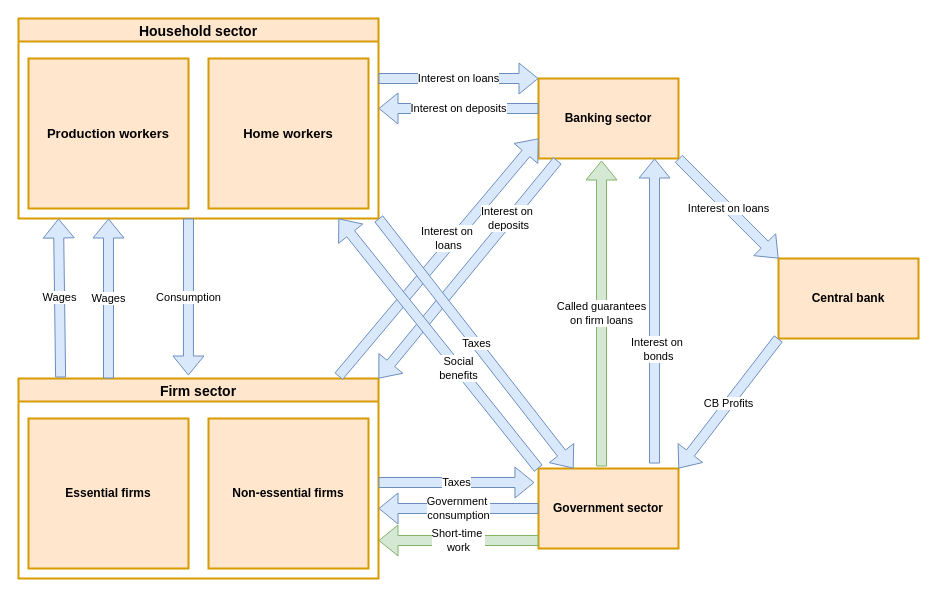
The draw.io diagram CovidABM_structure.drawio in zauster/draw.io, before the edit. Source tidied: cells renumbered, new cells numbered last; positions are measured from the earlier drawing's top-left corner, leaving out a move shared by most shapes. Both pictures are drawn from the tidied source at 100%, with x=0, y=0 at pixel (18, 18).
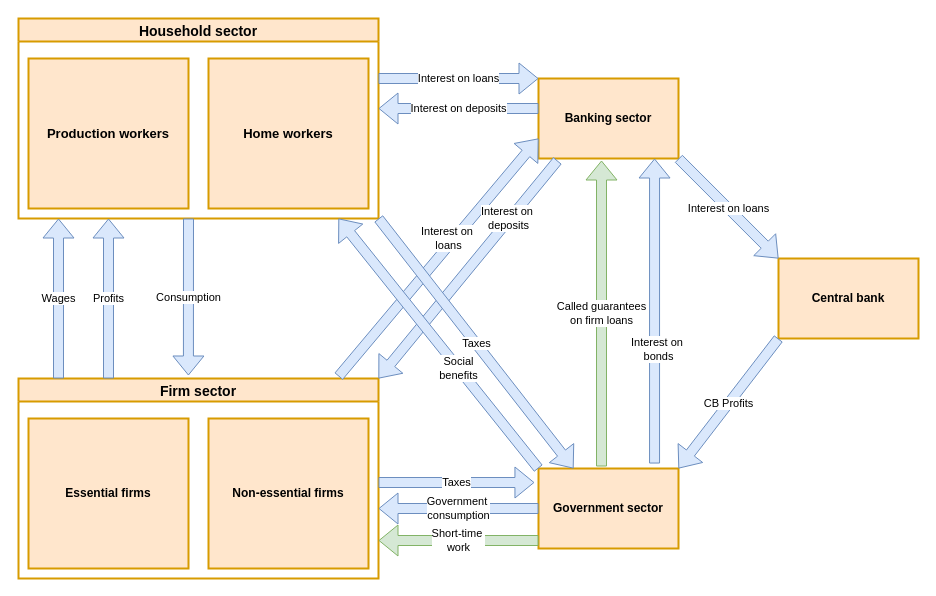
The same page after the edit.

The change refers to these unchanged cells:
```xml
<mxCell id="2" value="Firm sector" style="swimlane;fillColor=#ffe6cc;strokeColor=#d79b00;strokeWidth=2;fontSize=14;startSize=23;verticalAlign=middle;" parent="1" vertex="1">
  <mxGeometry y="360" width="360" height="200" as="geometry" />
</mxCell>
<mxCell id="5" value="Household sector" style="swimlane;fillColor=#ffe6cc;strokeColor=#d79b00;strokeWidth=2;fontSize=14;startSize=23;verticalAlign=middle;" parent="1" vertex="1">
  <mxGeometry width="360" height="200" as="geometry" />
</mxCell>
```

What changed in the source:
```diff
@@
-    <mxCell id="13" value="&lt;div&gt;Wages&lt;/div&gt;" style="shape=flexArrow;endArrow=classic;html=1;rounded=0;fillColor=#dae8fc;strokeColor=#6c8ebf;exitX=0.117;exitY=-0.005;exitDx=0;exitDy=0;exitPerimeter=0;" parent="1" edge="1" source="2">
+    <mxCell id="13" value="&lt;div&gt;Wages&lt;/div&gt;" style="shape=flexArrow;endArrow=classic;html=1;rounded=0;fillColor=#dae8fc;strokeColor=#6c8ebf;" parent="1" edge="1">
       <mxGeometry relative="1" as="geometry">
+        <mxPoint x="40" y="360" as="sourcePoint" />
         <mxPoint x="40" y="200" as="targetPoint" />
       </mxGeometry>
     </mxCell>
@@
-    <mxCell id="15" value="&lt;div&gt;Wages&lt;/div&gt;" style="shape=flexArrow;endArrow=classic;html=1;rounded=0;fillColor=#dae8fc;strokeColor=#6c8ebf;entryX=0.25;entryY=1;entryDx=0;entryDy=0;exitX=0.25;exitY=0;exitDx=0;exitDy=0;" parent="1" edge="1" source="2" target="5">
+    <mxCell id="15" value="Profits" style="shape=flexArrow;endArrow=classic;html=1;rounded=0;fillColor=#dae8fc;strokeColor=#6c8ebf;entryX=0.25;entryY=1;entryDx=0;entryDy=0;exitX=0.25;exitY=0;exitDx=0;exitDy=0;" parent="1" edge="1" source="2" target="5">
       <mxGeometry relative="1" as="geometry" />
     </mxCell>
```
